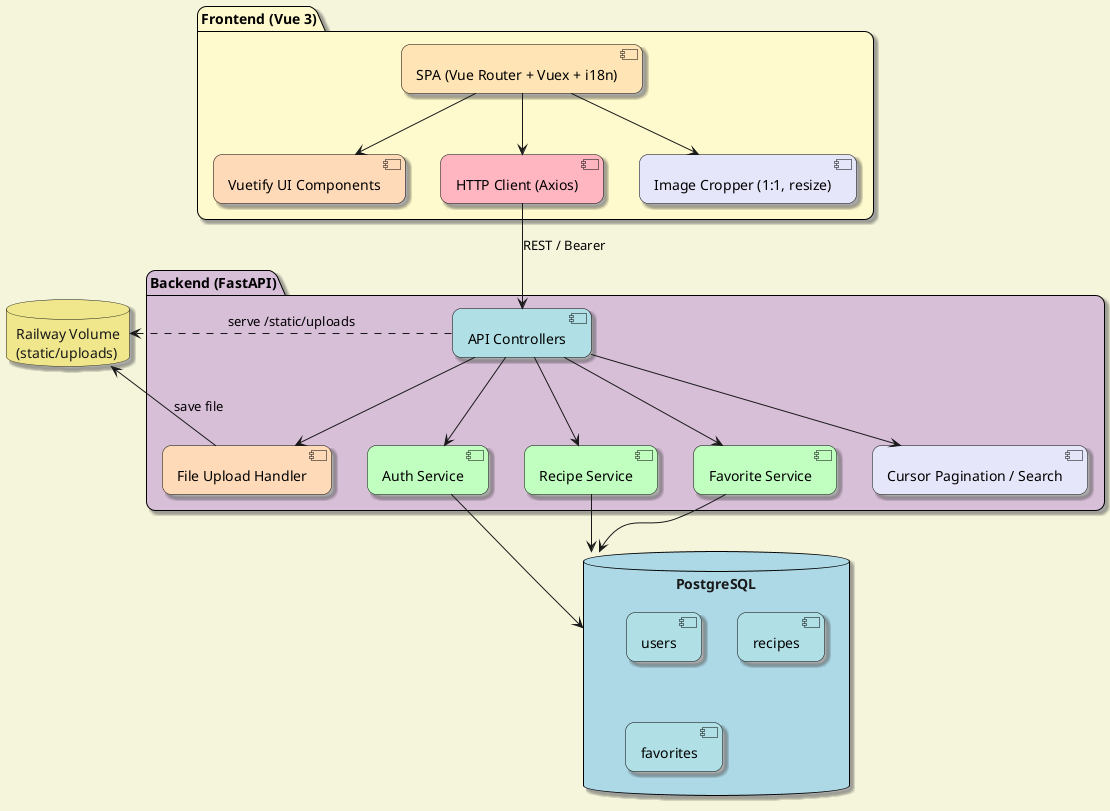
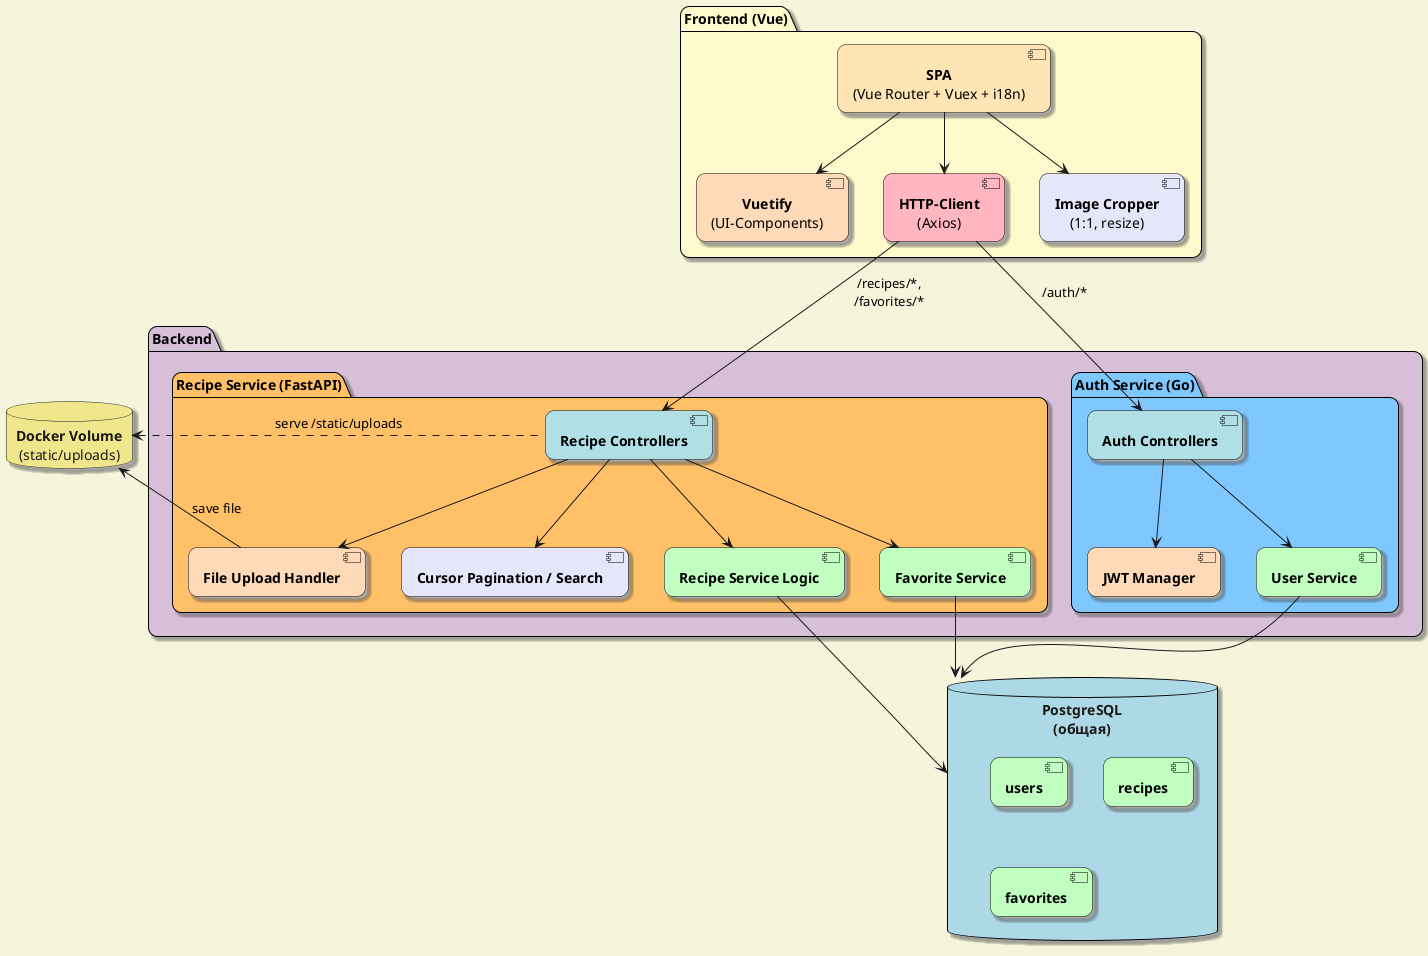
@startuml диаграмма_компонентов

!theme mars
skinparam shadowing true
skinparam roundcorner 18
skinparam backgroundcolor #F5F5DC
+ skinparam defaultTextAlignment center
skinparam component {
  BorderColor black
  FontColor black
}
skinparam package {
  BorderColor black
  FontColor black
}

- package "Frontend (Vue 3)" #FFFACD {
-   component "SPA (Vue Router + Vuex + i18n)" as VueSPA #FFE4B5
-   component "Vuetify UI Components" as VuetifyUI #FFDAB9
-   component "HTTP Client (Axios)" as HttpClient #FFB6C1
-   component "Image Cropper (1:1, resize)" as Cropper #E6E6FA
+ package "Frontend (Vue)" #FFFACD {
+   component "**SPA**\n(Vue Router + Vuex + i18n)" as VueSPA #FFE4B5
+   component "**Vuetify**\n(UI-Components)" as VuetifyUI #FFDAB9
+   component "**HTTP-Client**\n(Axios)" as HttpClient #FFB6C1
+   component "**Image Cropper**\n(1:1, resize)" as Cropper #E6E6FA
  VueSPA -down-> VuetifyUI
  VueSPA -down-> HttpClient
  VueSPA -down-> Cropper
}

- package "Backend (FastAPI)" #D8BFD8 {
-   component "API Controllers" as API #B0E0E6
-   component "Auth Service" as AuthSvc #C1FFC1
-   component "Recipe Service" as RecipeSvc #C1FFC1
-   component "Favorite Service" as FavSvc #C1FFC1
-   component "File Upload Handler" as FileHandler #FFDAB9
-   component "Cursor Pagination / Search" as Pagination #E6E6FA
-   API -down-> AuthSvc
-   API -down-> FileHandler
-   API -down-> RecipeSvc
-   API -down-> FavSvc
-   API -down-> Pagination
+ package "Backend" #D8BFD8 {
+   package "Auth Service (Go)" #7FC7FF {
+     component "**Auth Controllers**" as AuthCtrl #B0E0E6
+     component "**User Service**" as UserSvc #C1FFC1
+     component "**JWT Manager**" as JWT #FFDAB9
+     AuthCtrl -down-> UserSvc
+     AuthCtrl -down-> JWT
+   }
+   package "Recipe Service (FastAPI)" #FFC067 {
+     component "**Recipe Controllers**" as RecipeCtrl #B0E0E6
+     component "**Recipe Service Logic**" as RecipeSvc #C1FFC1
+     component "**Favorite Service**" as FavSvc #C1FFC1
+     component "**File Upload Handler**" as FileHandler #FFDAB9
+     component "**Cursor Pagination / Search**" as Pagination #E6E6FA
+     RecipeCtrl -down-> RecipeSvc
+     RecipeCtrl -down-> FavSvc
+     RecipeCtrl -down-> FileHandler
+     RecipeCtrl -down-> Pagination
+   }
}

- database "PostgreSQL" as DB #ADD8E6 {
-   component "users" #B0E0E6
-   component "recipes" #B0E0E6
-   component "favorites" #B0E0E6
+ database "**PostgreSQL**\n(общая)" as DB #ADD8E6 {
+   component "**users**" #C1FFC1
+   component "**recipes**" #C1FFC1
+   component "**favorites**" #C1FFC1
}

- database "Railway Volume\n(static/uploads)" as Volume #F0E68C
+ database "**Docker Volume**\n(static/uploads)" as Volume #F0E68C

- HttpClient -down-> API : REST / Bearer
+ HttpClient -down-> AuthCtrl : /auth/*
+ HttpClient -down-> RecipeCtrl : /recipes/*,\n/favorites/*
+ UserSvc -down-> DB
RecipeSvc -down-> DB
FavSvc -down-> DB
- AuthSvc -down-> DB
FileHandler -right-> Volume : save file
- API .left.> Volume : serve /static/uploads
+ RecipeCtrl .left.> Volume : serve /static/uploads

@enduml